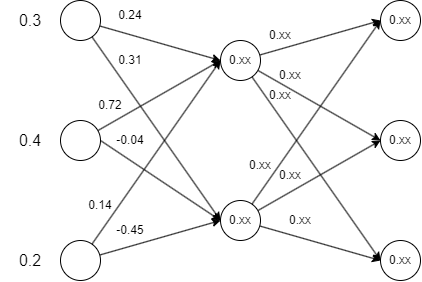
arsenaultk9/ml-pytorch-tutorials keeps this draw.io diagram as content/nn_matrix_values.drawio.png. Above is the earlier version. Source tidied: cells renumbered, new cells last; positions are measured from the earlier drawing's top-left corner, leaving out a move shared by most shapes. Its diagram source:
```xml
<mxGraphModel>
  <root>
    <mxCell id="0" />
    <mxCell id="1" parent="0" />
    <mxCell id="2" style="edgeStyle=none;html=1;entryX=0;entryY=0.5;entryDx=0;entryDy=0;" parent="1" edge="1" source="4" target="14">
      <mxGeometry relative="1" as="geometry" />
    </mxCell>
    <mxCell id="3" style="edgeStyle=none;html=1;entryX=0;entryY=0.5;entryDx=0;entryDy=0;" parent="1" edge="1" source="4" target="18">
      <mxGeometry relative="1" as="geometry" />
    </mxCell>
    <mxCell id="4" style="ellipse;whiteSpace=wrap;html=1;" parent="1" vertex="1">
      <mxGeometry x="60" width="40" height="40" as="geometry" />
    </mxCell>
    <mxCell id="5" style="edgeStyle=none;html=1;entryX=0;entryY=0.5;entryDx=0;entryDy=0;" parent="1" edge="1" source="7" target="14">
      <mxGeometry relative="1" as="geometry" />
    </mxCell>
    <mxCell id="6" style="edgeStyle=none;html=1;exitX=1;exitY=0.5;exitDx=0;exitDy=0;entryX=0;entryY=0.5;entryDx=0;entryDy=0;fontSize=14;" parent="1" edge="1" source="7" target="18">
      <mxGeometry relative="1" as="geometry" />
    </mxCell>
    <mxCell id="7" style="ellipse;whiteSpace=wrap;html=1;" parent="1" vertex="1">
      <mxGeometry x="60" y="120" width="40" height="40" as="geometry" />
    </mxCell>
    <mxCell id="8" style="edgeStyle=none;html=1;entryX=0;entryY=0.5;entryDx=0;entryDy=0;" parent="1" edge="1" source="10" target="14">
      <mxGeometry relative="1" as="geometry" />
    </mxCell>
    <mxCell id="9" style="edgeStyle=none;html=1;entryX=0;entryY=0.5;entryDx=0;entryDy=0;" parent="1" edge="1" source="10" target="18">
      <mxGeometry relative="1" as="geometry" />
    </mxCell>
    <mxCell id="10" style="ellipse;whiteSpace=wrap;html=1;" parent="1" vertex="1">
      <mxGeometry x="60" y="240" width="40" height="40" as="geometry" />
    </mxCell>
    <mxCell id="11" style="edgeStyle=none;html=1;entryX=0;entryY=0.5;entryDx=0;entryDy=0;" parent="1" edge="1" source="14" target="19">
      <mxGeometry relative="1" as="geometry" />
    </mxCell>
    <mxCell id="12" style="edgeStyle=none;html=1;entryX=0;entryY=0.5;entryDx=0;entryDy=0;" parent="1" edge="1" source="14" target="20">
      <mxGeometry relative="1" as="geometry" />
    </mxCell>
    <mxCell id="13" style="edgeStyle=none;html=1;entryX=0;entryY=0.5;entryDx=0;entryDy=0;" parent="1" edge="1" source="14" target="21">
      <mxGeometry relative="1" as="geometry" />
    </mxCell>
    <mxCell id="14" value="0.xx" style="ellipse;whiteSpace=wrap;html=1;" parent="1" vertex="1">
      <mxGeometry x="220" y="40" width="40" height="40" as="geometry" />
    </mxCell>
    <mxCell id="15" style="edgeStyle=none;html=1;entryX=0;entryY=0.5;entryDx=0;entryDy=0;" parent="1" edge="1" source="18" target="19">
      <mxGeometry relative="1" as="geometry" />
    </mxCell>
    <mxCell id="16" style="edgeStyle=none;html=1;entryX=0;entryY=0.5;entryDx=0;entryDy=0;" parent="1" edge="1" source="18" target="20">
      <mxGeometry relative="1" as="geometry" />
    </mxCell>
    <mxCell id="17" style="edgeStyle=none;html=1;entryX=0;entryY=0.5;entryDx=0;entryDy=0;" parent="1" edge="1" source="18" target="21">
      <mxGeometry relative="1" as="geometry" />
    </mxCell>
    <mxCell id="18" value="0.xx" style="ellipse;whiteSpace=wrap;html=1;" parent="1" vertex="1">
      <mxGeometry x="220" y="200" width="40" height="40" as="geometry" />
    </mxCell>
    <mxCell id="19" value="0.xx" style="ellipse;whiteSpace=wrap;html=1;" parent="1" vertex="1">
      <mxGeometry x="380" width="40" height="40" as="geometry" />
    </mxCell>
    <mxCell id="20" value="0.xx" style="ellipse;whiteSpace=wrap;html=1;" parent="1" vertex="1">
      <mxGeometry x="380" y="120" width="40" height="40" as="geometry" />
    </mxCell>
    <mxCell id="21" value="0.xx" style="ellipse;whiteSpace=wrap;html=1;" parent="1" vertex="1">
      <mxGeometry x="380" y="240" width="40" height="40" as="geometry" />
    </mxCell>
    <mxCell id="22" value="0.3" style="text;html=1;strokeColor=none;fillColor=none;align=center;verticalAlign=middle;whiteSpace=wrap;rounded=0;fontSize=16;" parent="1" vertex="1">
      <mxGeometry y="5" width="60" height="30" as="geometry" />
    </mxCell>
    <mxCell id="23" value="0.4" style="text;html=1;strokeColor=none;fillColor=none;align=center;verticalAlign=middle;whiteSpace=wrap;rounded=0;fontSize=16;" parent="1" vertex="1">
      <mxGeometry y="125" width="60" height="30" as="geometry" />
    </mxCell>
    <mxCell id="24" value="0.2" style="text;html=1;strokeColor=none;fillColor=none;align=center;verticalAlign=middle;whiteSpace=wrap;rounded=0;fontSize=16;" parent="1" vertex="1">
      <mxGeometry y="245" width="60" height="30" as="geometry" />
    </mxCell>
    <mxCell id="25" value="0.24" style="text;html=1;strokeColor=none;fillColor=none;align=center;verticalAlign=middle;whiteSpace=wrap;rounded=0;fontSize=12;" parent="1" vertex="1">
      <mxGeometry x="100" width="60" height="30" as="geometry" />
    </mxCell>
    <mxCell id="26" value="0.31" style="text;html=1;strokeColor=none;fillColor=none;align=center;verticalAlign=middle;whiteSpace=wrap;rounded=0;fontSize=12;" parent="1" vertex="1">
      <mxGeometry x="100" y="45" width="60" height="30" as="geometry" />
    </mxCell>
    <mxCell id="27" value="0.14" style="text;html=1;strokeColor=none;fillColor=none;align=center;verticalAlign=middle;whiteSpace=wrap;rounded=0;fontSize=12;" parent="1" vertex="1">
      <mxGeometry x="70" y="190" width="60" height="30" as="geometry" />
    </mxCell>
    <mxCell id="28" value="-0.45" style="text;html=1;strokeColor=none;fillColor=none;align=center;verticalAlign=middle;whiteSpace=wrap;rounded=0;fontSize=12;" parent="1" vertex="1">
      <mxGeometry x="100" y="215" width="60" height="30" as="geometry" />
    </mxCell>
    <mxCell id="29" value="0.72" style="text;html=1;strokeColor=none;fillColor=none;align=center;verticalAlign=middle;whiteSpace=wrap;rounded=0;fontSize=12;" parent="1" vertex="1">
      <mxGeometry x="80" y="90" width="60" height="30" as="geometry" />
    </mxCell>
    <mxCell id="30" value="-0.04" style="text;html=1;strokeColor=none;fillColor=none;align=center;verticalAlign=middle;whiteSpace=wrap;rounded=0;fontSize=12;" parent="1" vertex="1">
      <mxGeometry x="100" y="125" width="60" height="30" as="geometry" />
    </mxCell>
    <mxCell id="31" value="0.xx" style="text;html=1;strokeColor=none;fillColor=none;align=center;verticalAlign=middle;whiteSpace=wrap;rounded=0;fontSize=12;" parent="1" vertex="1">
      <mxGeometry x="250" y="20" width="60" height="30" as="geometry" />
    </mxCell>
    <mxCell id="32" value="0.xx" style="text;html=1;strokeColor=none;fillColor=none;align=center;verticalAlign=middle;whiteSpace=wrap;rounded=0;fontSize=12;" parent="1" vertex="1">
      <mxGeometry x="260" y="60" width="60" height="30" as="geometry" />
    </mxCell>
    <mxCell id="33" value="0.xx" style="text;html=1;strokeColor=none;fillColor=none;align=center;verticalAlign=middle;whiteSpace=wrap;rounded=0;fontSize=12;" parent="1" vertex="1">
      <mxGeometry x="250" y="80" width="60" height="30" as="geometry" />
    </mxCell>
    <mxCell id="34" value="0.xx" style="text;html=1;strokeColor=none;fillColor=none;align=center;verticalAlign=middle;whiteSpace=wrap;rounded=0;fontSize=12;" parent="1" vertex="1">
      <mxGeometry x="230" y="150" width="60" height="30" as="geometry" />
    </mxCell>
    <mxCell id="35" value="0.xx" style="text;html=1;strokeColor=none;fillColor=none;align=center;verticalAlign=middle;whiteSpace=wrap;rounded=0;fontSize=12;" parent="1" vertex="1">
      <mxGeometry x="260" y="160" width="60" height="30" as="geometry" />
    </mxCell>
    <mxCell id="36" value="0.xx" style="text;html=1;strokeColor=none;fillColor=none;align=center;verticalAlign=middle;whiteSpace=wrap;rounded=0;fontSize=12;" parent="1" vertex="1">
      <mxGeometry x="270" y="205" width="60" height="30" as="geometry" />
    </mxCell>
  </root>
</mxGraphModel>
```
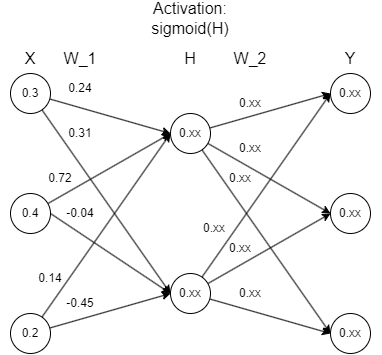
The same diagram one commit later.

What changed in the source:
```diff
@@ -8,7 +8,7 @@
     <mxCell id="3" style="edgeStyle=none;html=1;entryX=0;entryY=0.5;entryDx=0;entryDy=0;" parent="1" edge="1" source="4" target="18">
       <mxGeometry relative="1" as="geometry" />
     </mxCell>
-    <mxCell id="4" style="ellipse;whiteSpace=wrap;html=1;" parent="1" vertex="1">
+    <mxCell id="4" value="0.3" style="ellipse;whiteSpace=wrap;html=1;" parent="1" vertex="1">
       <mxGeometry x="60" width="40" height="40" as="geometry" />
     </mxCell>
     <mxCell id="5" style="edgeStyle=none;html=1;entryX=0;entryY=0.5;entryDx=0;entryDy=0;" parent="1" edge="1" source="7" target="14">
@@ -17,7 +17,7 @@
     <mxCell id="6" style="edgeStyle=none;html=1;exitX=1;exitY=0.5;exitDx=0;exitDy=0;entryX=0;entryY=0.5;entryDx=0;entryDy=0;fontSize=14;" parent="1" edge="1" source="7" target="18">
       <mxGeometry relative="1" as="geometry" />
     </mxCell>
-    <mxCell id="7" style="ellipse;whiteSpace=wrap;html=1;" parent="1" vertex="1">
+    <mxCell id="7" value="0.4" style="ellipse;whiteSpace=wrap;html=1;" parent="1" vertex="1">
       <mxGeometry x="60" y="120" width="40" height="40" as="geometry" />
     </mxCell>
     <mxCell id="8" style="edgeStyle=none;html=1;entryX=0;entryY=0.5;entryDx=0;entryDy=0;" parent="1" edge="1" source="10" target="14">
@@ -26,7 +26,7 @@
     <mxCell id="9" style="edgeStyle=none;html=1;entryX=0;entryY=0.5;entryDx=0;entryDy=0;" parent="1" edge="1" source="10" target="18">
       <mxGeometry relative="1" as="geometry" />
     </mxCell>
-    <mxCell id="10" style="ellipse;whiteSpace=wrap;html=1;" parent="1" vertex="1">
+    <mxCell id="10" value="0.2" style="ellipse;whiteSpace=wrap;html=1;" parent="1" vertex="1">
       <mxGeometry x="60" y="240" width="40" height="40" as="geometry" />
     </mxCell>
     <mxCell id="11" style="edgeStyle=none;html=1;entryX=0;entryY=0.5;entryDx=0;entryDy=0;" parent="1" edge="1" source="14" target="19">
@@ -62,15 +62,6 @@
     <mxCell id="21" value="0.xx" style="ellipse;whiteSpace=wrap;html=1;" parent="1" vertex="1">
       <mxGeometry x="380" y="240" width="40" height="40" as="geometry" />
     </mxCell>
-    <mxCell id="22" value="0.3" style="text;html=1;strokeColor=none;fillColor=none;align=center;verticalAlign=middle;whiteSpace=wrap;rounded=0;fontSize=16;" parent="1" vertex="1">
-      <mxGeometry y="5" width="60" height="30" as="geometry" />
-    </mxCell>
-    <mxCell id="23" value="0.4" style="text;html=1;strokeColor=none;fillColor=none;align=center;verticalAlign=middle;whiteSpace=wrap;rounded=0;fontSize=16;" parent="1" vertex="1">
-      <mxGeometry y="125" width="60" height="30" as="geometry" />
-    </mxCell>
-    <mxCell id="24" value="0.2" style="text;html=1;strokeColor=none;fillColor=none;align=center;verticalAlign=middle;whiteSpace=wrap;rounded=0;fontSize=16;" parent="1" vertex="1">
-      <mxGeometry y="245" width="60" height="30" as="geometry" />
-    </mxCell>
     <mxCell id="25" value="0.24" style="text;html=1;strokeColor=none;fillColor=none;align=center;verticalAlign=middle;whiteSpace=wrap;rounded=0;fontSize=12;" parent="1" vertex="1">
       <mxGeometry x="100" width="60" height="30" as="geometry" />
     </mxCell>
@@ -90,16 +81,16 @@
       <mxGeometry x="100" y="125" width="60" height="30" as="geometry" />
     </mxCell>
     <mxCell id="31" value="0.xx" style="text;html=1;strokeColor=none;fillColor=none;align=center;verticalAlign=middle;whiteSpace=wrap;rounded=0;fontSize=12;" parent="1" vertex="1">
-      <mxGeometry x="250" y="20" width="60" height="30" as="geometry" />
+      <mxGeometry x="270" y="15" width="60" height="30" as="geometry" />
     </mxCell>
     <mxCell id="32" value="0.xx" style="text;html=1;strokeColor=none;fillColor=none;align=center;verticalAlign=middle;whiteSpace=wrap;rounded=0;fontSize=12;" parent="1" vertex="1">
-      <mxGeometry x="260" y="60" width="60" height="30" as="geometry" />
+      <mxGeometry x="270" y="60" width="60" height="30" as="geometry" />
     </mxCell>
     <mxCell id="33" value="0.xx" style="text;html=1;strokeColor=none;fillColor=none;align=center;verticalAlign=middle;whiteSpace=wrap;rounded=0;fontSize=12;" parent="1" vertex="1">
-      <mxGeometry x="250" y="80" width="60" height="30" as="geometry" />
+      <mxGeometry x="260" y="90" width="60" height="30" as="geometry" />
     </mxCell>
     <mxCell id="34" value="0.xx" style="text;html=1;strokeColor=none;fillColor=none;align=center;verticalAlign=middle;whiteSpace=wrap;rounded=0;fontSize=12;" parent="1" vertex="1">
-      <mxGeometry x="230" y="150" width="60" height="30" as="geometry" />
+      <mxGeometry x="234" y="140" width="60" height="30" as="geometry" />
     </mxCell>
     <mxCell id="35" value="0.xx" style="text;html=1;strokeColor=none;fillColor=none;align=center;verticalAlign=middle;whiteSpace=wrap;rounded=0;fontSize=12;" parent="1" vertex="1">
       <mxGeometry x="260" y="160" width="60" height="30" as="geometry" />
@@ -107,5 +98,23 @@
     <mxCell id="36" value="0.xx" style="text;html=1;strokeColor=none;fillColor=none;align=center;verticalAlign=middle;whiteSpace=wrap;rounded=0;fontSize=12;" parent="1" vertex="1">
       <mxGeometry x="270" y="205" width="60" height="30" as="geometry" />
     </mxCell>
+    <mxCell id="37" value="X" style="text;html=1;strokeColor=none;fillColor=none;align=center;verticalAlign=middle;whiteSpace=wrap;rounded=0;fontSize=16;" parent="1" vertex="1">
+      <mxGeometry x="50" y="-30" width="60" height="30" as="geometry" />
+    </mxCell>
+    <mxCell id="38" value="W_1" style="text;html=1;strokeColor=none;fillColor=none;align=center;verticalAlign=middle;whiteSpace=wrap;rounded=0;fontSize=16;" parent="1" vertex="1">
+      <mxGeometry x="100" y="-30" width="60" height="30" as="geometry" />
+    </mxCell>
+    <mxCell id="39" value="H" style="text;html=1;strokeColor=none;fillColor=none;align=center;verticalAlign=middle;whiteSpace=wrap;rounded=0;fontSize=16;" parent="1" vertex="1">
+      <mxGeometry x="210" y="-30" width="60" height="30" as="geometry" />
+    </mxCell>
+    <mxCell id="40" value="W_2" style="text;html=1;strokeColor=none;fillColor=none;align=center;verticalAlign=middle;whiteSpace=wrap;rounded=0;fontSize=16;" parent="1" vertex="1">
+      <mxGeometry x="270" y="-30" width="60" height="30" as="geometry" />
+    </mxCell>
+    <mxCell id="41" value="Y" style="text;html=1;strokeColor=none;fillColor=none;align=center;verticalAlign=middle;whiteSpace=wrap;rounded=0;fontSize=16;" parent="1" vertex="1">
+      <mxGeometry x="370" y="-30" width="60" height="30" as="geometry" />
+    </mxCell>
+    <mxCell id="42" value="Activation: sigmoid(H)" style="text;html=1;strokeColor=none;fillColor=none;align=center;verticalAlign=middle;whiteSpace=wrap;rounded=0;fontSize=16;" parent="1" vertex="1">
+      <mxGeometry x="210" y="-70" width="60" height="30" as="geometry" />
+    </mxCell>
   </root>
 </mxGraphModel>
```
